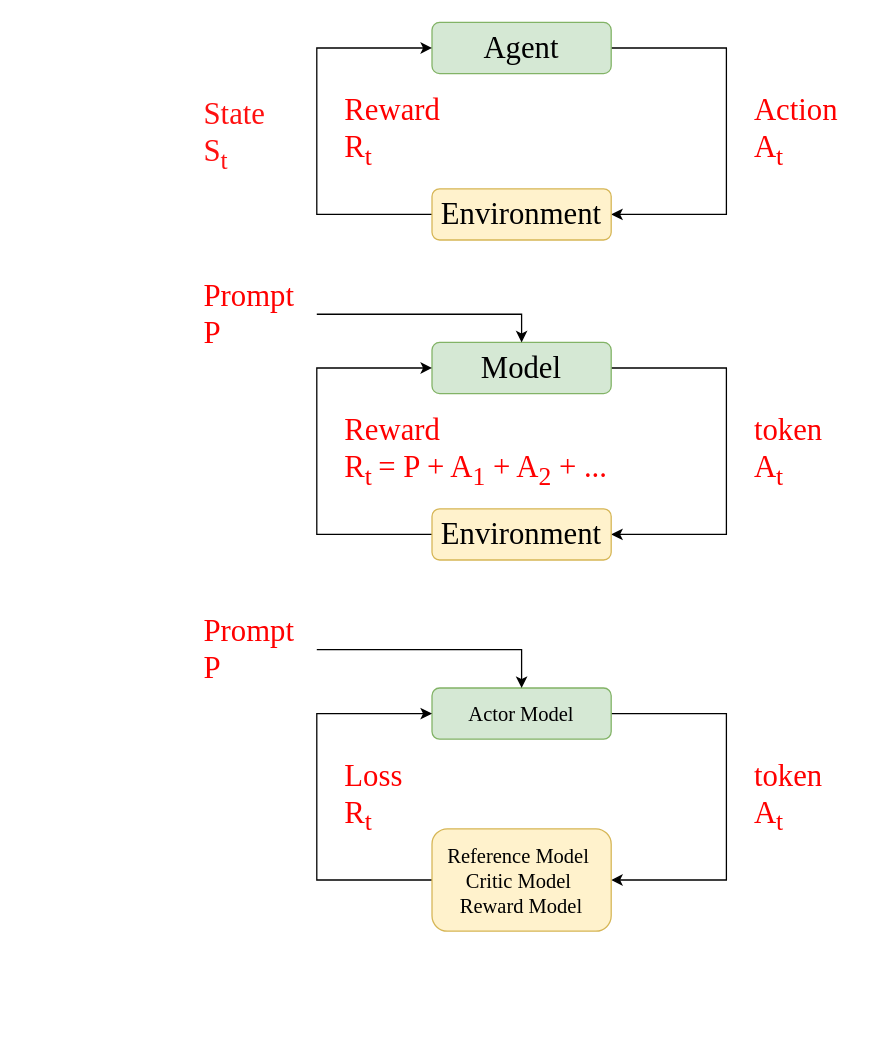
The draw.io diagram 未命名绘图.drawio in bozhao-li/hello-world, before the edit. Source tidied: cells renumbered, new cells numbered last; positions are measured from the earlier drawing's top-left corner, leaving out a move shared by most shapes. Both pictures are drawn from the tidied source at 128%, with x=0, y=0 at pixel (201, 22).
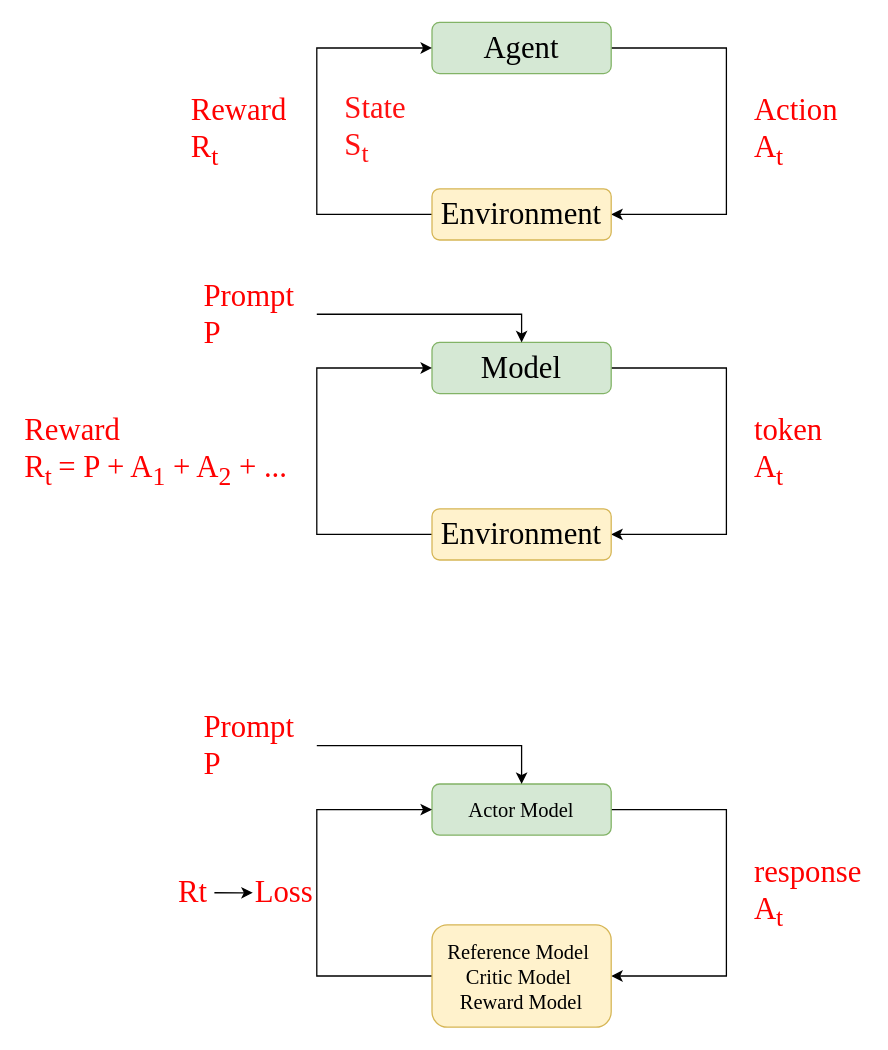
After the change.

Commit message:
更新未命名绘图.drawio

What changed in the source:
```diff
@@
     <mxCell id="7" value="&lt;font style=&quot;font-size: 24px;&quot; face=&quot;Times New Roman&quot;&gt;Reward&lt;/font&gt;&lt;div&gt;&lt;font style=&quot;font-size: 24px;&quot; face=&quot;Times New Roman&quot;&gt;R&lt;sub&gt;t&lt;/sub&gt;&lt;/font&gt;&lt;/div&gt;" style="text;html=1;align=left;verticalAlign=middle;whiteSpace=wrap;rounded=0;fontColor=light-dark(#ff0000, #ededed);" parent="1" vertex="1">
-      <mxGeometry x="110" y="42.5" width="90" height="85" as="geometry" />
+      <mxGeometry x="-10" y="42.5" width="90" height="85" as="geometry" />
     </mxCell>
     <mxCell id="8" value="&lt;font face=&quot;Times New Roman&quot;&gt;&lt;span style=&quot;font-size: 24px;&quot;&gt;State&lt;/span&gt;&lt;/font&gt;&lt;div&gt;&lt;font face=&quot;Times New Roman&quot;&gt;&lt;span style=&quot;font-size: 24px;&quot;&gt;S&lt;sub&gt;t&lt;/sub&gt;&lt;/span&gt;&lt;/font&gt;&lt;/div&gt;" style="text;html=1;align=left;verticalAlign=middle;whiteSpace=wrap;rounded=0;fontColor=#FF1010;" parent="1" vertex="1">
-      <mxGeometry y="42.5" width="90" height="90" as="geometry" />
+      <mxGeometry x="110" y="37.5" width="90" height="90" as="geometry" />
     </mxCell>
@@
     <mxCell id="14" value="&lt;font style=&quot;font-size: 24px;&quot; face=&quot;Times New Roman&quot;&gt;Reward&lt;/font&gt;&lt;div&gt;&lt;font style=&quot;font-size: 24px;&quot; face=&quot;Times New Roman&quot;&gt;R&lt;sub&gt;t&amp;nbsp;&lt;/sub&gt;= P + A&lt;sub&gt;1&lt;/sub&gt; + A&lt;sub&gt;2&lt;/sub&gt; + ...&lt;/font&gt;&lt;/div&gt;" style="text;html=1;align=left;verticalAlign=middle;whiteSpace=wrap;rounded=0;fontColor=light-dark(#ff0000, #ededed);" parent="1" vertex="1">
-      <mxGeometry x="110" y="292.5" width="220" height="85" as="geometry" />
+      <mxGeometry x="-140" y="292.5" width="220" height="85" as="geometry" />
     </mxCell>
@@
     <mxCell id="17" style="edgeStyle=orthogonalEdgeStyle;rounded=0;jettySize=auto;html=1;exitX=1;exitY=0.5;exitDx=0;exitDy=0;entryX=1;entryY=0.5;entryDx=0;entryDy=0;" parent="1" edge="1" source="18" target="20">
       <mxGeometry relative="1" as="geometry">
         <Array as="points">
-          <mxPoint x="410" y="540" />
-          <mxPoint x="410" y="670" />
+          <mxPoint x="410" y="615" />
+          <mxPoint x="410" y="745" />
         </Array>
       </mxGeometry>
     </mxCell>
     <mxCell id="18" value="&lt;font style=&quot;font-size: 16px;&quot; face=&quot;Times New Roman&quot;&gt;Actor Model&lt;/font&gt;" style="rounded=1;whiteSpace=wrap;html=1;fillColor=#d5e8d4;strokeColor=#82b366;" parent="1" vertex="1">
-      <mxGeometry x="180" y="520" width="140" height="40" as="geometry" />
+      <mxGeometry x="180" y="595" width="140" height="40" as="geometry" />
     </mxCell>
     <mxCell id="19" style="edgeStyle=orthogonalEdgeStyle;rounded=0;jettySize=auto;html=1;exitX=0;exitY=0.5;exitDx=0;exitDy=0;entryX=0;entryY=0.5;entryDx=0;entryDy=0;" parent="1" edge="1" source="20" target="18">
       <mxGeometry relative="1" as="geometry">
         <Array as="points">
-          <mxPoint x="90" y="670" />
-          <mxPoint x="90" y="540" />
+          <mxPoint x="90" y="745" />
+          <mxPoint x="90" y="615" />
         </Array>
       </mxGeometry>
     </mxCell>
     <mxCell id="20" value="&lt;font style=&quot;font-size: 16px;&quot; face=&quot;Times New Roman&quot;&gt;Reference Model&lt;/font&gt;&lt;font style=&quot;font-size: 18px;&quot; face=&quot;Times New Roman&quot;&gt;&amp;nbsp;&lt;/font&gt;&lt;div&gt;&lt;font size=&quot;3&quot; face=&quot;Times New Roman&quot;&gt;Critic Model&amp;nbsp;&lt;/font&gt;&lt;/div&gt;&lt;div&gt;&lt;font size=&quot;3&quot; face=&quot;Times New Roman&quot;&gt;Reward Model&lt;/font&gt;&lt;/div&gt;" style="rounded=1;whiteSpace=wrap;html=1;fillColor=#fff2cc;strokeColor=#d6b656;" parent="1" vertex="1">
-      <mxGeometry x="180" y="630" width="140" height="80" as="geometry" />
+      <mxGeometry x="180" y="705" width="140" height="80" as="geometry" />
     </mxCell>
-    <mxCell id="21" value="&lt;font face=&quot;Times New Roman&quot; style=&quot;font-size: 24px; color: light-dark(rgb(255, 0, 0), rgb(237, 237, 237));&quot;&gt;token&lt;/font&gt;&lt;div&gt;&lt;font face=&quot;Times New Roman&quot; style=&quot;font-size: 24px; color: light-dark(rgb(255, 0, 0), rgb(237, 237, 237));&quot;&gt;A&lt;sub&gt;t&lt;/sub&gt;&lt;/font&gt;&lt;/div&gt;" style="text;html=1;align=left;verticalAlign=middle;whiteSpace=wrap;rounded=0;" parent="1" vertex="1">
-      <mxGeometry x="430" y="560" width="90" height="90" as="geometry" />
+    <mxCell id="21" value="&lt;font face=&quot;Times New Roman&quot; style=&quot;font-size: 24px; color: light-dark(rgb(255, 0, 0), rgb(237, 237, 237));&quot;&gt;response&lt;/font&gt;&lt;div&gt;&lt;font face=&quot;Times New Roman&quot; style=&quot;font-size: 24px; color: light-dark(rgb(255, 0, 0), rgb(237, 237, 237));&quot;&gt;A&lt;sub&gt;t&lt;/sub&gt;&lt;/font&gt;&lt;/div&gt;" style="text;html=1;align=left;verticalAlign=middle;whiteSpace=wrap;rounded=0;" parent="1" vertex="1">
+      <mxGeometry x="430" y="635" width="90" height="90" as="geometry" />
     </mxCell>
+    <mxCell id="25" style="edgeStyle=orthogonalEdgeStyle;rounded=0;jettySize=auto;html=1;exitX=1;exitY=0.5;exitDx=0;exitDy=0;" parent="1" edge="1" source="22" target="26">
+      <mxGeometry relative="1" as="geometry" />
+    </mxCell>
-    <mxCell id="22" value="&lt;font style=&quot;font-size: 24px;&quot; face=&quot;Times New Roman&quot;&gt;Loss&lt;/font&gt;&lt;div&gt;&lt;font style=&quot;font-size: 24px;&quot; face=&quot;Times New Roman&quot;&gt;R&lt;sub&gt;t&lt;/sub&gt;&lt;/font&gt;&lt;/div&gt;" style="text;html=1;align=left;verticalAlign=middle;whiteSpace=wrap;rounded=0;fontColor=light-dark(#ff0000, #ededed);" parent="1" vertex="1">
-      <mxGeometry x="110" y="562.5" width="90" height="85" as="geometry" />
+    <mxCell id="22" value="&lt;font face=&quot;Times New Roman&quot;&gt;&lt;span style=&quot;font-size: 24px;&quot;&gt;Rt&amp;nbsp;&amp;nbsp;&lt;/span&gt;&lt;/font&gt;" style="text;html=1;align=left;verticalAlign=middle;whiteSpace=wrap;rounded=0;fontColor=light-dark(#ff0000, #ededed);" parent="1" vertex="1">
+      <mxGeometry x="-20" y="661.2" width="30" height="37.5" as="geometry" />
     </mxCell>
@@
     <mxCell id="24" value="&lt;font face=&quot;Times New Roman&quot;&gt;&lt;span style=&quot;font-size: 24px;&quot;&gt;Prompt&lt;/span&gt;&lt;/font&gt;&lt;div&gt;&lt;font face=&quot;Times New Roman&quot;&gt;&lt;span style=&quot;font-size: 24px;&quot;&gt;P&lt;/span&gt;&lt;/font&gt;&lt;/div&gt;" style="text;html=1;align=left;verticalAlign=middle;whiteSpace=wrap;rounded=0;fontColor=light-dark(#ff0000, #ededed);" parent="1" vertex="1">
-      <mxGeometry y="460" width="90" height="60" as="geometry" />
+      <mxGeometry y="535" width="90" height="60" as="geometry" />
     </mxCell>
+    <mxCell id="26" value="&lt;font face=&quot;Times New Roman&quot;&gt;&lt;span style=&quot;font-size: 24px;&quot;&gt;Loss&lt;/span&gt;&lt;/font&gt;" style="text;html=1;align=left;verticalAlign=middle;whiteSpace=wrap;rounded=0;fontColor=light-dark(#ff0000, #ededed);" parent="1" vertex="1">
+      <mxGeometry x="40" y="661.2" width="30" height="37.5" as="geometry" />
+    </mxCell>
```
